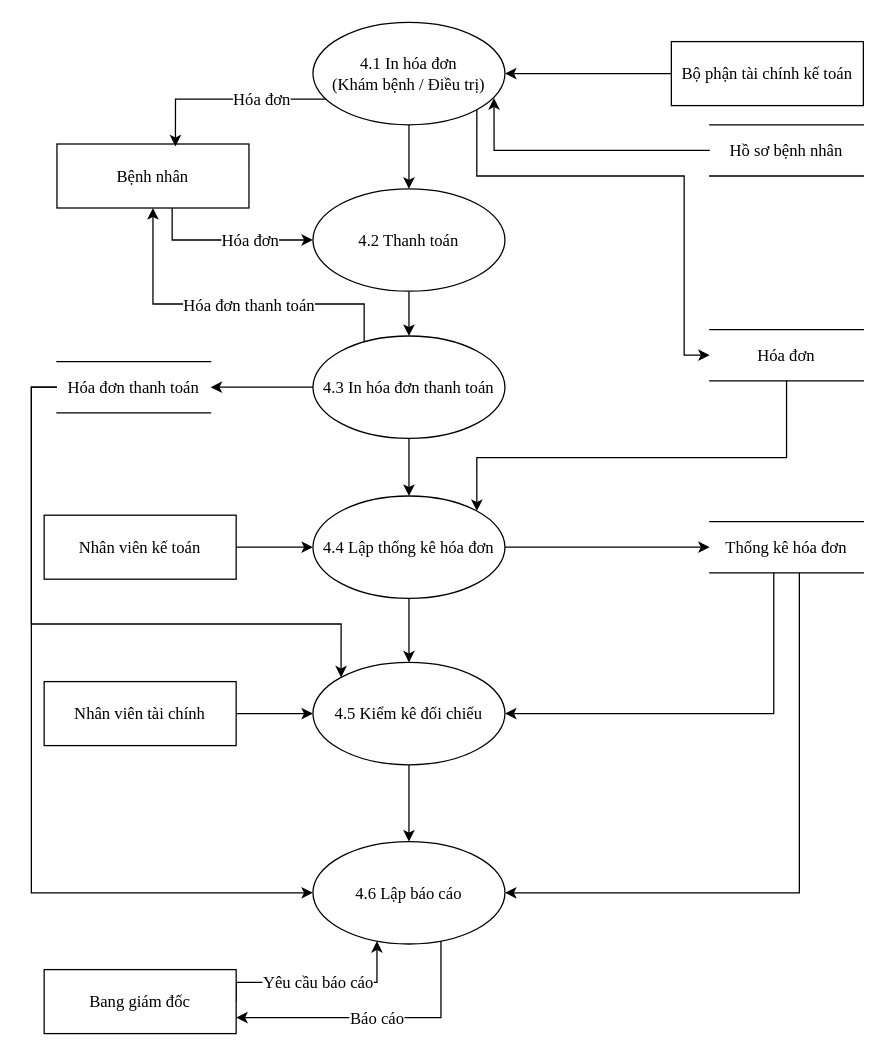
This is DuoiDinh_TaiChinhKeToan.drawio from Nhatran241/HTTT, a draw.io file, before an edit. Source tidied: cells renumbered, new cells numbered last; positions are measured from the earlier drawing's top-left corner, leaving out a move shared by most shapes. Both pictures are drawn from the tidied source at 128%, with x=0, y=0 at pixel (31, 22).
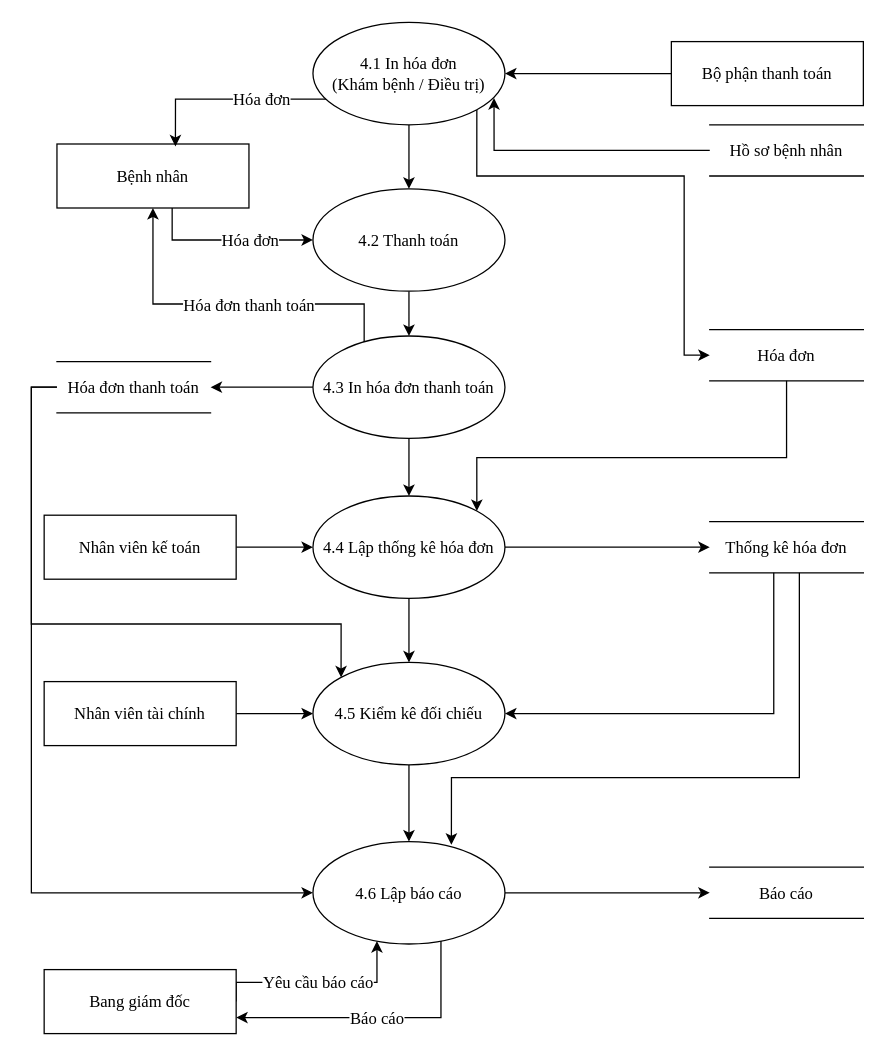
After the change.

The change refers to these unchanged cells:
```xml
<mxCell id="13" value="Thống kê hóa đơn" style="shape=partialRectangle;whiteSpace=wrap;html=1;left=0;right=0;fillColor=none;fontFamily=Times New Roman;fontSize=13;" parent="1" vertex="1">
  <mxGeometry x="530" y="390" width="120" height="40" as="geometry" />
</mxCell>
<mxCell id="38" value="4.6 Lập báo cáo" style="ellipse;whiteSpace=wrap;html=1;fontFamily=Times New Roman;fontSize=13;" parent="1" vertex="1">
  <mxGeometry x="220" y="640" width="150" height="80" as="geometry" />
</mxCell>
```

The edit, as a diff of the source:
```diff
@@
-    <mxCell id="7" value="Bộ phận tài chính kế toán" style="rounded=0;whiteSpace=wrap;html=1;fontFamily=Times New Roman;fontSize=13;" parent="1" vertex="1">
+    <mxCell id="7" value="Bộ phận thanh toán" style="rounded=0;whiteSpace=wrap;html=1;fontFamily=Times New Roman;fontSize=13;" parent="1" vertex="1">
       <mxGeometry x="500" y="15" width="150" height="50" as="geometry" />
     </mxCell>
@@
-    <mxCell id="12" style="edgeStyle=orthogonalEdgeStyle;rounded=0;jettySize=auto;html=1;entryX=1;entryY=0.5;entryDx=0;entryDy=0;fontFamily=Times New Roman;fontSize=13;" parent="1" edge="1" source="13" target="38">
+    <mxCell id="12" style="edgeStyle=orthogonalEdgeStyle;rounded=0;jettySize=auto;html=1;entryX=0.721;entryY=0.031;entryDx=0;entryDy=0;fontFamily=Times New Roman;fontSize=13;entryPerimeter=0;" parent="1" edge="1" source="13" target="38">
       <mxGeometry relative="1" as="geometry">
         <Array as="points">
-          <mxPoint x="600" y="680" />
+          <mxPoint x="600" y="590" />
+          <mxPoint x="328" y="590" />
         </Array>
       </mxGeometry>
     </mxCell>
@@
+    <mxCell id="41" style="edgeStyle=orthogonalEdgeStyle;rounded=0;jettySize=auto;html=1;entryX=0;entryY=0.5;entryDx=0;entryDy=0;" parent="1" edge="1" source="38" target="42">
+      <mxGeometry relative="1" as="geometry" />
+    </mxCell>
@@
+    <mxCell id="42" value="Báo cáo" style="shape=partialRectangle;whiteSpace=wrap;html=1;left=0;right=0;fillColor=none;fontFamily=Times New Roman;fontSize=13;" parent="1" vertex="1">
+      <mxGeometry x="530" y="660" width="120" height="40" as="geometry" />
+    </mxCell>
```
